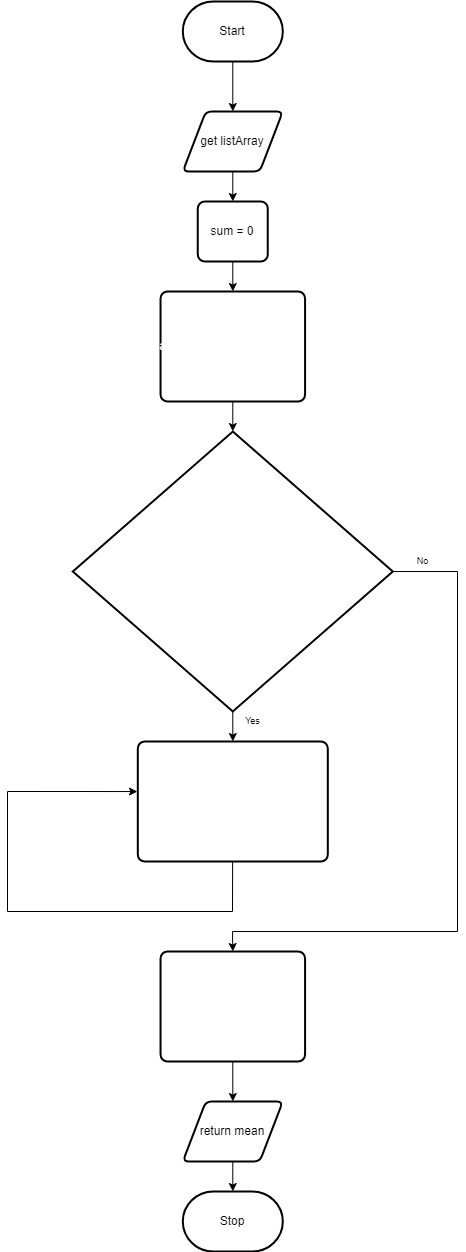
Rodas-Nega1/ics4u-unit-1-06-typescript keeps this draw.io diagram as flowchart1.png. Above is the earlier version. Source tidied: cells renumbered, new cells last; positions are measured from the earlier drawing's top-left corner, leaving out a move shared by most shapes.
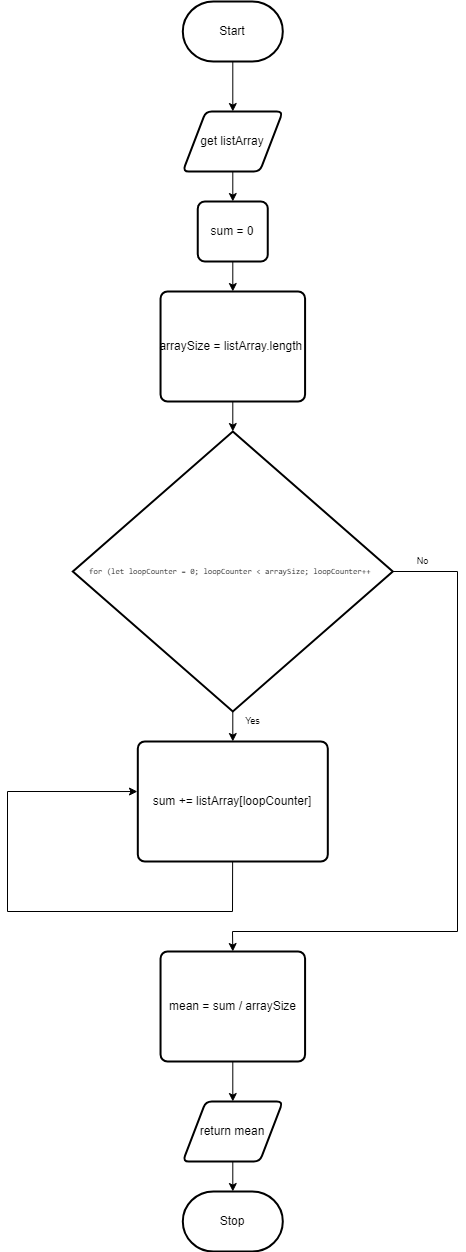
The same diagram one commit later.

Diff of the diagram source:
```diff
@@ -27,7 +27,7 @@
         <mxPoint x="225.3" y="430" as="targetPoint" />
       </mxGeometry>
     </mxCell>
-    <mxCell id="9" value="&lt;pre style=&quot;color: rgb(255 , 255 , 255) ; overflow-wrap: break-word&quot;&gt;&lt;font face=&quot;Helvetica&quot;&gt;arraySize = listArray.length &lt;/font&gt;&lt;/pre&gt;" style="rounded=1;whiteSpace=wrap;html=1;absoluteArcSize=1;arcSize=14;strokeWidth=2;" parent="1" vertex="1">
+    <mxCell id="9" value="&lt;pre style=&quot;overflow-wrap: break-word&quot;&gt;&lt;font face=&quot;Helvetica&quot; color=&quot;#000000&quot;&gt;arraySize = listArray.length &lt;/font&gt;&lt;/pre&gt;" style="rounded=1;whiteSpace=wrap;html=1;absoluteArcSize=1;arcSize=14;strokeWidth=2;" parent="1" vertex="1">
       <mxGeometry x="153" y="290" width="144.5" height="110" as="geometry" />
     </mxCell>
     <mxCell id="10" style="edgeStyle=none;rounded=0;html=1;entryX=-0.002;entryY=0.417;entryDx=0;entryDy=0;entryPerimeter=0;fontFamily=Helvetica;fontSize=9;" parent="1" edge="1" source="11" target="11">
@@ -39,7 +39,7 @@
         </Array>
       </mxGeometry>
     </mxCell>
-    <mxCell id="11" value="&lt;pre style=&quot;color: rgb(255 , 255 , 255) ; overflow-wrap: break-word&quot;&gt;&lt;pre style=&quot;overflow-wrap: break-word&quot;&gt;&lt;font face=&quot;Helvetica&quot;&gt;sum += listArray[loopCounter]&lt;/font&gt;&lt;/pre&gt;&lt;/pre&gt;" style="rounded=1;whiteSpace=wrap;html=1;absoluteArcSize=1;arcSize=14;strokeWidth=2;" parent="1" vertex="1">
+    <mxCell id="11" value="&lt;pre style=&quot;overflow-wrap: break-word&quot;&gt;&lt;pre style=&quot;overflow-wrap: break-word&quot;&gt;&lt;font face=&quot;Helvetica&quot; color=&quot;#000000&quot;&gt;sum += listArray[loopCounter]&lt;/font&gt;&lt;/pre&gt;&lt;/pre&gt;" style="rounded=1;whiteSpace=wrap;html=1;absoluteArcSize=1;arcSize=14;strokeWidth=2;" parent="1" vertex="1">
       <mxGeometry x="130.3" y="740" width="190" height="120" as="geometry" />
     </mxCell>
     <mxCell id="12" style="edgeStyle=none;rounded=0;html=1;fontFamily=Helvetica;fontSize=9;" parent="1" edge="1" source="14" target="11">
@@ -54,7 +54,7 @@
         </Array>
       </mxGeometry>
     </mxCell>
-    <mxCell id="14" value="&lt;pre style=&quot;color: rgb(255 , 255 , 255) ; overflow-wrap: break-word&quot;&gt;&lt;font style=&quot;font-size: 8px&quot;&gt;for (let loopCounter = 0; loopCounter &amp;lt; arraySize; loopCounter++ &lt;/font&gt;&lt;/pre&gt;" style="strokeWidth=2;html=1;shape=mxgraph.flowchart.decision;whiteSpace=wrap;fontFamily=Helvetica;fontSize=9;" parent="1" vertex="1">
+    <mxCell id="14" value="&lt;pre style=&quot;overflow-wrap: break-word&quot;&gt;&lt;font style=&quot;font-size: 8px&quot; color=&quot;#000000&quot;&gt;for (let loopCounter = 0; loopCounter &amp;lt; arraySize; loopCounter++ &lt;/font&gt;&lt;/pre&gt;" style="strokeWidth=2;html=1;shape=mxgraph.flowchart.decision;whiteSpace=wrap;fontFamily=Helvetica;fontSize=9;" parent="1" vertex="1">
       <mxGeometry x="65.3" y="430" width="320" height="280" as="geometry" />
     </mxCell>
     <mxCell id="15" style="edgeStyle=none;rounded=0;html=1;fontFamily=Helvetica;fontSize=9;" parent="1" edge="1" source="16">
@@ -62,7 +62,7 @@
         <mxPoint x="225.3" y="1100" as="targetPoint" />
       </mxGeometry>
     </mxCell>
-    <mxCell id="16" value="&lt;pre style=&quot;color: rgb(255 , 255 , 255) ; overflow-wrap: break-word&quot;&gt;&lt;pre style=&quot;overflow-wrap: break-word&quot;&gt;&lt;font face=&quot;Helvetica&quot;&gt;mean = sum / arraySize&lt;/font&gt;&lt;/pre&gt;&lt;/pre&gt;" style="rounded=1;whiteSpace=wrap;html=1;absoluteArcSize=1;arcSize=14;strokeWidth=2;" parent="1" vertex="1">
+    <mxCell id="16" value="&lt;pre style=&quot;overflow-wrap: break-word&quot;&gt;&lt;pre style=&quot;overflow-wrap: break-word&quot;&gt;&lt;font face=&quot;Helvetica&quot; color=&quot;#000000&quot;&gt;mean = sum / arraySize&lt;/font&gt;&lt;/pre&gt;&lt;/pre&gt;" style="rounded=1;whiteSpace=wrap;html=1;absoluteArcSize=1;arcSize=14;strokeWidth=2;" parent="1" vertex="1">
       <mxGeometry x="153" y="950" width="144.5" height="110" as="geometry" />
     </mxCell>
     <mxCell id="17" value="Yes" style="text;html=1;align=center;verticalAlign=middle;fillColor=none;strokeColor=none;rounded=0;fontFamily=Helvetica;fontSize=9;" parent="1" vertex="1">
```
